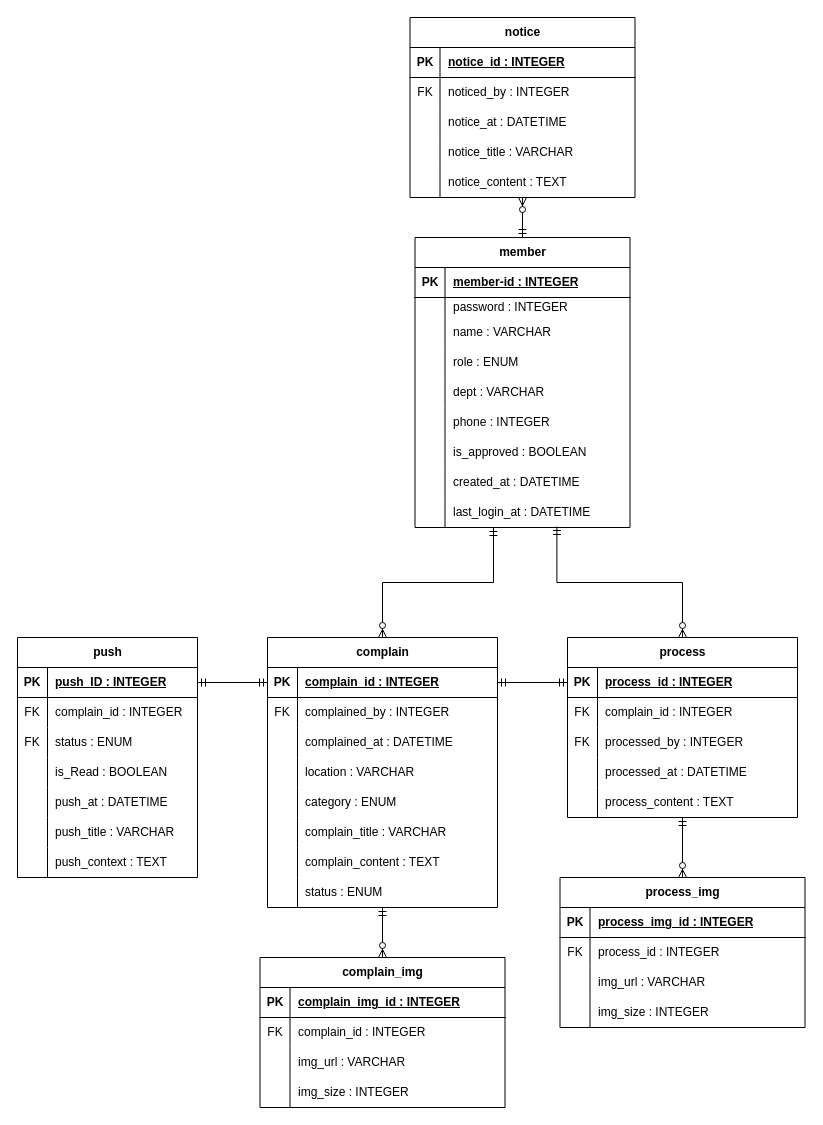
The draw.io diagram page "페이지-1" (1 of 2) of 제목 없는 다이어그램.drawio in 23012/cau-fix-web, before the edit. Source tidied: cells renumbered, new cells numbered last; positions are measured from the earlier drawing's top-left corner, leaving out a move shared by most shapes. Both pictures are drawn from the tidied source at 100%, with x=0, y=0 at pixel (17, 17).
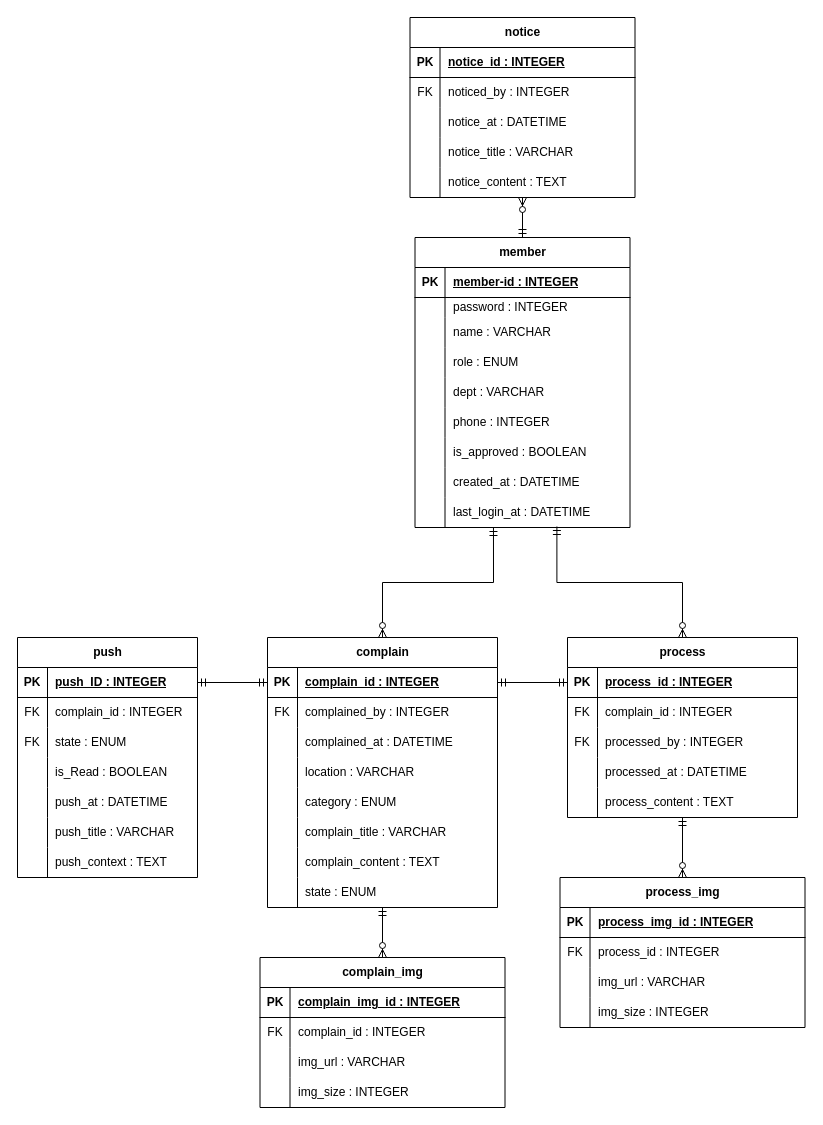
The same diagram, later.

Commit message:
제목 없는 다이어그램.drawio 업데이트

The change refers to these unchanged cells:
```xml
<mxCell id="25" style="shape=tableRow;horizontal=0;startSize=0;swimlaneHead=0;swimlaneBody=0;fillColor=none;top=0;left=0;right=0;bottom=0;" parent="18" vertex="1">
  <mxGeometry y="90" width="180" height="30" as="geometry" />
</mxCell>
<mxCell id="64" style="shape=tableRow;horizontal=0;startSize=0;swimlaneHead=0;swimlaneBody=0;fillColor=none;points=[[0,0.5],[1,0.5]];portConstraint=eastwest;top=0;left=0;right=0;bottom=0;" parent="42" vertex="1">
  <mxGeometry y="240" width="230" height="30" as="geometry" />
</mxCell>
```

The edit, as a diff of the source:
```diff
@@
-    <mxCell id="27" value="status : ENUM" style="shape=partialRectangle;fillColor=none;top=0;left=0;bottom=0;right=0;align=left;spacingLeft=6;overflow=hidden;whiteSpace=wrap;html=1;" parent="25" vertex="1">
+    <mxCell id="27" value="state : ENUM" style="shape=partialRectangle;fillColor=none;top=0;left=0;bottom=0;right=0;align=left;spacingLeft=6;overflow=hidden;whiteSpace=wrap;html=1;" parent="25" vertex="1">
       <mxGeometry x="30" width="150" height="30" as="geometry" />
     </mxCell>
@@
-    <mxCell id="66" value="status : ENUM" style="shape=partialRectangle;fillColor=none;top=0;left=0;bottom=0;right=0;align=left;spacingLeft=6;overflow=hidden;whiteSpace=wrap;html=1;" parent="64" vertex="1">
+    <mxCell id="66" value="state : ENUM" style="shape=partialRectangle;fillColor=none;top=0;left=0;bottom=0;right=0;align=left;spacingLeft=6;overflow=hidden;whiteSpace=wrap;html=1;" parent="64" vertex="1">
       <mxGeometry x="30" width="200" height="30" as="geometry" />
     </mxCell>
```
